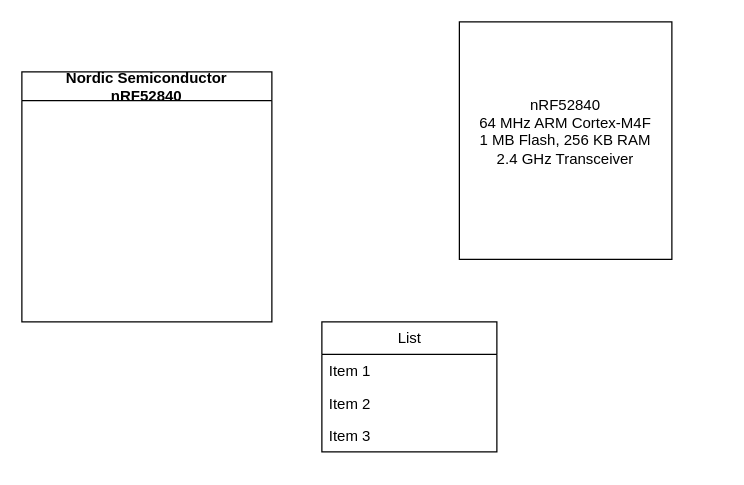
Before: ECG_HW.drawio in marsukhongduoi/drawio_files, a draw.io diagram. Source tidied: cells renumbered, new cells numbered last; positions are measured from the earlier drawing's top-left corner, leaving out a move shared by most shapes. Both pictures are drawn from the tidied source at 125%, with x=0, y=0 at pixel (21, 21).
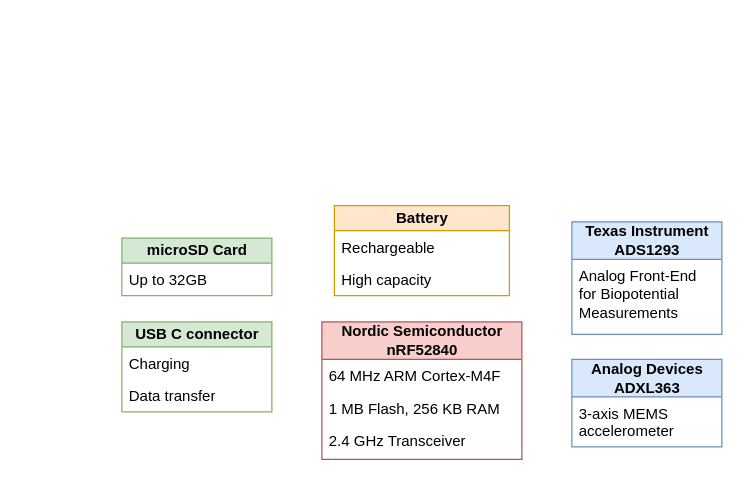
The same page after the edit.

The edit, as a diff of the source:
```diff
@@
 <mxGraphModel>
   <root>
     <mxCell id="0" />
     <mxCell id="1" parent="0" />
-    <mxCell id="2" value="nRF52840&lt;br&gt;64 MHz ARM Cortex-M4F&lt;br&gt;1 MB Flash, 256 KB RAM&lt;br&gt;&lt;div&gt;2.4 GHz Transceiver&lt;/div&gt;&lt;div&gt;&lt;br&gt;&lt;/div&gt;" style="rounded=0;whiteSpace=wrap;html=1;" parent="1" vertex="1">
-      <mxGeometry x="350" width="170" height="190" as="geometry" />
-    </mxCell>
-    <mxCell id="3" value="Nordic Semiconductor&#10;nRF52840" style="swimlane;" parent="1" vertex="1">
-      <mxGeometry y="40" width="200" height="200" as="geometry" />
-    </mxCell>
-    <mxCell id="4" value="List" style="swimlane;fontStyle=0;horizontal=1;startSize=26;fillColor=none;html=1;" parent="1" vertex="1">
-      <mxGeometry x="240" y="240" width="140" height="104" as="geometry" />
+    <mxCell id="4" value="&lt;b&gt;Nordic Semiconductor&lt;br&gt;nRF52840&lt;/b&gt;" style="swimlane;fontStyle=0;horizontal=1;startSize=30;fillColor=#f8cecc;html=1;strokeColor=#b85450;" parent="1" vertex="1">
+      <mxGeometry x="240" y="240" width="160" height="110" as="geometry" />
     </mxCell>
-    <mxCell id="5" value="Item 1" style="text;strokeColor=none;fillColor=none;align=left;verticalAlign=top;spacingLeft=4;spacingRight=4;overflow=hidden;whiteSpace=wrap;html=1;" parent="4" vertex="1">
-      <mxGeometry y="26" width="140" height="26" as="geometry" />
+    <mxCell id="5" value="64 MHz ARM Cortex-M4F" style="text;strokeColor=none;fillColor=none;align=left;verticalAlign=top;spacingLeft=4;spacingRight=4;overflow=hidden;whiteSpace=wrap;html=1;" parent="4" vertex="1">
+      <mxGeometry y="30" width="160" height="26" as="geometry" />
     </mxCell>
-    <mxCell id="6" value="Item 2" style="text;strokeColor=none;fillColor=none;align=left;verticalAlign=top;spacingLeft=4;spacingRight=4;overflow=hidden;whiteSpace=wrap;html=1;" parent="4" vertex="1">
-      <mxGeometry y="52" width="140" height="26" as="geometry" />
+    <mxCell id="6" value="1 MB Flash, 256 KB RAM" style="text;strokeColor=none;fillColor=none;align=left;verticalAlign=top;spacingLeft=4;spacingRight=4;overflow=hidden;whiteSpace=wrap;html=1;" parent="4" vertex="1">
+      <mxGeometry y="56" width="160" height="26" as="geometry" />
     </mxCell>
-    <mxCell id="7" value="Item 3" style="text;strokeColor=none;fillColor=none;align=left;verticalAlign=top;spacingLeft=4;spacingRight=4;overflow=hidden;whiteSpace=wrap;html=1;" parent="4" vertex="1">
-      <mxGeometry y="78" width="140" height="26" as="geometry" />
+    <mxCell id="7" value="&lt;div style=&quot;border-color: var(--border-color);&quot;&gt;2.4 GHz Transceiver&lt;/div&gt;&lt;div style=&quot;border-color: var(--border-color);&quot;&gt;&lt;br style=&quot;border-color: var(--border-color); text-align: center;&quot;&gt;&lt;/div&gt;" style="text;strokeColor=none;fillColor=none;align=left;verticalAlign=top;spacingLeft=4;spacingRight=4;overflow=hidden;whiteSpace=wrap;html=1;" parent="4" vertex="1">
+      <mxGeometry y="82" width="160" height="28" as="geometry" />
     </mxCell>
+    <mxCell id="8" value="&lt;b&gt;Texas Instrument&lt;br&gt;ADS1293&lt;/b&gt;" style="swimlane;fontStyle=0;horizontal=1;startSize=30;fillColor=#dae8fc;html=1;strokeColor=#6c8ebf;" parent="1" vertex="1">
+      <mxGeometry x="440" y="160" width="120" height="90" as="geometry" />
+    </mxCell>
+    <mxCell id="9" value="Analog Front-End for Biopotential Measurements" style="text;strokeColor=none;fillColor=none;align=left;verticalAlign=top;spacingLeft=4;spacingRight=4;overflow=hidden;whiteSpace=wrap;html=1;" parent="8" vertex="1">
+      <mxGeometry y="30" width="120" height="60" as="geometry" />
+    </mxCell>
+    <mxCell id="10" value="&lt;b&gt;Analog Devices&lt;br&gt;ADXL363&lt;/b&gt;" style="swimlane;fontStyle=0;horizontal=1;startSize=30;fillColor=#dae8fc;html=1;strokeColor=#6c8ebf;" parent="1" vertex="1">
+      <mxGeometry x="440" y="270" width="120" height="70" as="geometry" />
+    </mxCell>
+    <mxCell id="11" value="3-axis MEMS accelerometer" style="text;strokeColor=none;fillColor=none;align=left;verticalAlign=top;spacingLeft=4;spacingRight=4;overflow=hidden;whiteSpace=wrap;html=1;" parent="10" vertex="1">
+      <mxGeometry y="30" width="120" height="40" as="geometry" />
+    </mxCell>
+    <mxCell id="12" value="&lt;b&gt;Battery&lt;/b&gt;" style="swimlane;fontStyle=0;horizontal=1;startSize=20;fillColor=#ffe6cc;html=1;strokeColor=#d79b00;" parent="1" vertex="1">
+      <mxGeometry x="250" y="147" width="140" height="72" as="geometry" />
+    </mxCell>
+    <mxCell id="13" value="Rechargeable" style="text;strokeColor=none;fillColor=none;align=left;verticalAlign=top;spacingLeft=4;spacingRight=4;overflow=hidden;whiteSpace=wrap;html=1;" parent="12" vertex="1">
+      <mxGeometry y="20" width="140" height="26" as="geometry" />
+    </mxCell>
+    <mxCell id="14" value="High capacity" style="text;strokeColor=none;fillColor=none;align=left;verticalAlign=top;spacingLeft=4;spacingRight=4;overflow=hidden;whiteSpace=wrap;html=1;" parent="12" vertex="1">
+      <mxGeometry y="46" width="140" height="26" as="geometry" />
+    </mxCell>
+    <mxCell id="15" value="&lt;b&gt;microSD Card&lt;/b&gt;" style="swimlane;fontStyle=0;horizontal=1;startSize=20;fillColor=#d5e8d4;html=1;strokeColor=#82b366;" parent="1" vertex="1">
+      <mxGeometry x="80" y="173" width="120" height="46" as="geometry" />
+    </mxCell>
+    <mxCell id="16" value="Up to 32GB" style="text;strokeColor=none;fillColor=none;align=left;verticalAlign=top;spacingLeft=4;spacingRight=4;overflow=hidden;whiteSpace=wrap;html=1;" parent="15" vertex="1">
+      <mxGeometry y="20" width="120" height="26" as="geometry" />
+    </mxCell>
+    <mxCell id="17" value="&lt;b&gt;USB C connector&lt;/b&gt;" style="swimlane;fontStyle=0;horizontal=1;startSize=20;fillColor=#d5e8d4;html=1;strokeColor=#82b366;" parent="1" vertex="1">
+      <mxGeometry x="80" y="240" width="120" height="72" as="geometry" />
+    </mxCell>
+    <mxCell id="18" value="Charging" style="text;strokeColor=none;fillColor=none;align=left;verticalAlign=top;spacingLeft=4;spacingRight=4;overflow=hidden;whiteSpace=wrap;html=1;" parent="17" vertex="1">
+      <mxGeometry y="20" width="120" height="26" as="geometry" />
+    </mxCell>
+    <mxCell id="19" value="Data transfer" style="text;strokeColor=none;fillColor=none;align=left;verticalAlign=top;spacingLeft=4;spacingRight=4;overflow=hidden;whiteSpace=wrap;html=1;" parent="17" vertex="1">
+      <mxGeometry y="46" width="120" height="26" as="geometry" />
+    </mxCell>
   </root>
 </mxGraphModel>
```
